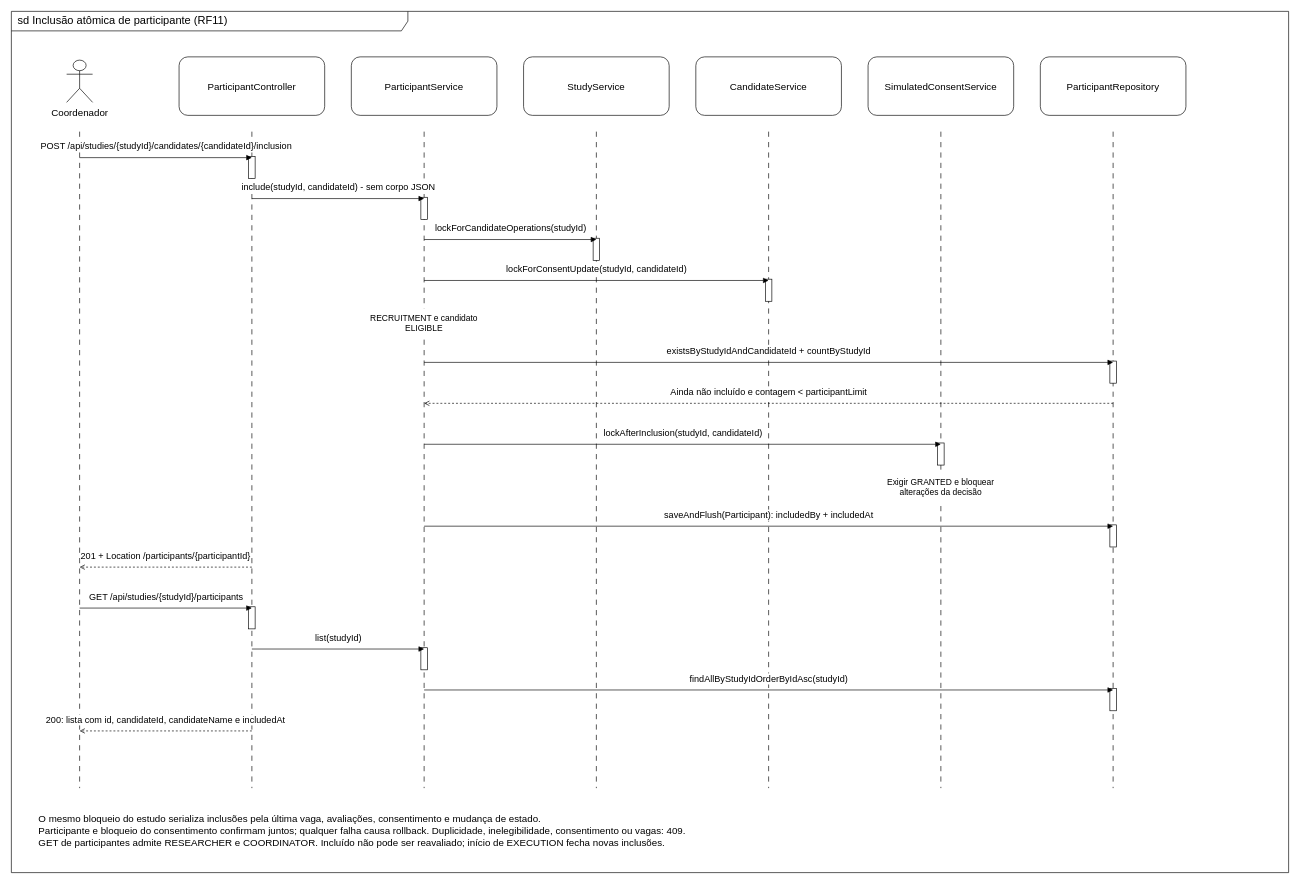
This is page "Inclusão atômica de participante (RF11)" (6 of 7) of docs/diagrams/sequencia.drawio from livdenner/ClinicalStudyPB-project, a draw.io file, before an edit. Source tidied: cells renumbered, new cells numbered last; positions are measured from the earlier drawing's top-left corner, leaving out a move shared by most shapes. Both pictures are drawn from the tidied source at 65%, with x=0, y=0 at pixel (11, 11).
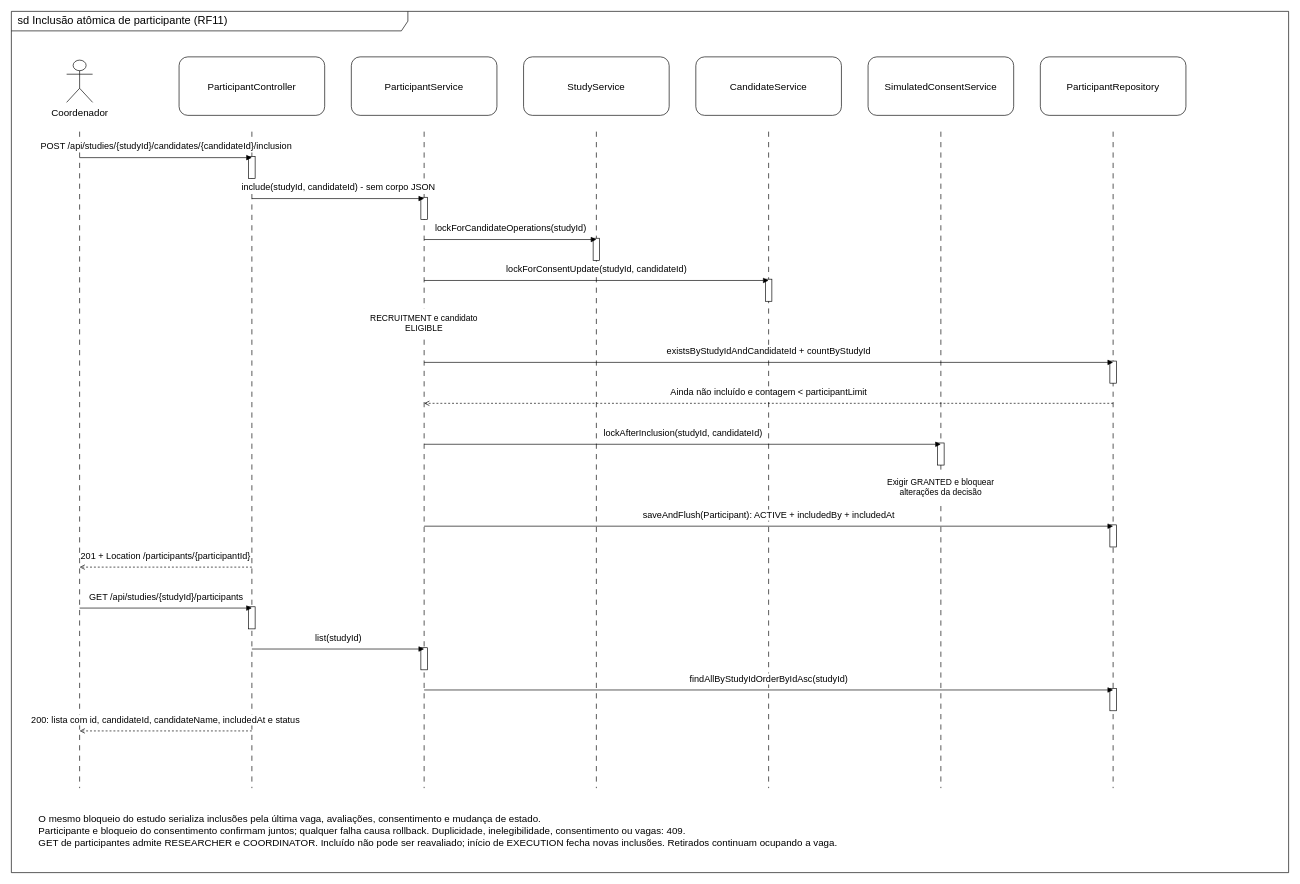
The same page after the edit.

Diff of the diagram source:
```diff
@@
-    <mxCell id="33" value="saveAndFlush(Participant): includedBy + includedAt" style="html=1;endArrow=block;endFill=1;strokeColor=#000000;fontColor=#000000;fontSize=14;verticalAlign=bottom;labelBackgroundColor=#FFFFFF;spacingBottom=6;" parent="1" edge="1">
+    <mxCell id="33" value="saveAndFlush(Participant): ACTIVE + includedBy + includedAt" style="html=1;endArrow=block;endFill=1;strokeColor=#000000;fontColor=#000000;fontSize=14;verticalAlign=bottom;labelBackgroundColor=#FFFFFF;spacingBottom=6;" parent="1" edge="1">
       <mxGeometry relative="1" as="geometry">
         <mxPoint x="635" y="792" as="sourcePoint" />
         <mxPoint x="1695" y="792" as="targetPoint" />
       </mxGeometry>
     </mxCell>
@@
-    <mxCell id="41" value="200: lista com id, candidateId, candidateName e includedAt" style="html=1;endArrow=block;endFill=1;strokeColor=#000000;fontColor=#000000;fontSize=14;verticalAlign=bottom;labelBackgroundColor=#FFFFFF;spacingBottom=6;dashed=1;endArrow=open;endFill=0;" parent="1" edge="1">
+    <mxCell id="41" value="200: lista com id, candidateId, candidateName, includedAt e status" style="html=1;endArrow=block;endFill=1;strokeColor=#000000;fontColor=#000000;fontSize=14;verticalAlign=bottom;labelBackgroundColor=#FFFFFF;spacingBottom=6;dashed=1;endArrow=open;endFill=0;" parent="1" edge="1">
       <mxGeometry relative="1" as="geometry">
         <mxPoint x="370" y="1107" as="sourcePoint" />
         <mxPoint x="105" y="1107" as="targetPoint" />
       </mxGeometry>
     </mxCell>
-    <mxCell id="42" value="O mesmo bloqueio do estudo serializa inclusões pela última vaga, avaliações, consentimento e mudança de estado.&lt;br/&gt;Participante e bloqueio do consentimento confirmam juntos; qualquer falha causa rollback. Duplicidade, inelegibilidade, consentimento ou vagas: 409.&lt;br/&gt;GET de participantes admite RESEARCHER e COORDINATOR. Incluído não pode ser reavaliado; início de EXECUTION fecha novas inclusões." style="text;html=1;whiteSpace=wrap;align=left;verticalAlign=middle;fontColor=#000000;fontSize=15;" parent="1" vertex="1">
+    <mxCell id="42" value="O mesmo bloqueio do estudo serializa inclusões pela última vaga, avaliações, consentimento e mudança de estado.&lt;br/&gt;Participante e bloqueio do consentimento confirmam juntos; qualquer falha causa rollback. Duplicidade, inelegibilidade, consentimento ou vagas: 409.&lt;br/&gt;GET de participantes admite RESEARCHER e COORDINATOR. Incluído não pode ser reavaliado; início de EXECUTION fecha novas inclusões. Retirados continuam ocupando a vaga." style="text;html=1;whiteSpace=wrap;align=left;verticalAlign=middle;fontColor=#000000;fontSize=15;" parent="1" vertex="1">
       <mxGeometry x="40" y="1215" width="1885" height="90" as="geometry" />
     </mxCell>
```
